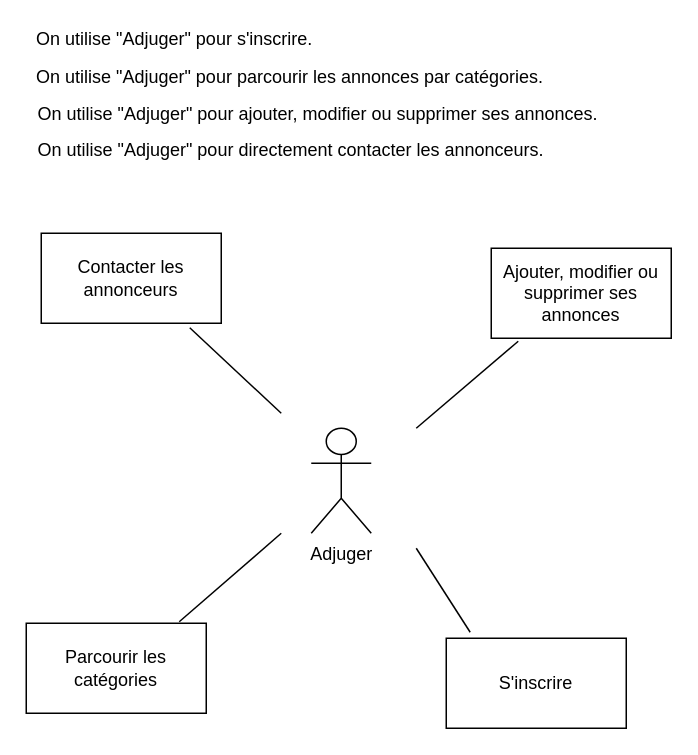
Before: a.drawio in Cyprien-png/Adjuger, a draw.io diagram. Source tidied: cells renumbered, new cells numbered last; positions are measured from the earlier drawing's top-left corner, leaving out a move shared by most shapes. Both pictures are drawn from the tidied source at 150%, with x=0, y=0 at pixel (26, 26).
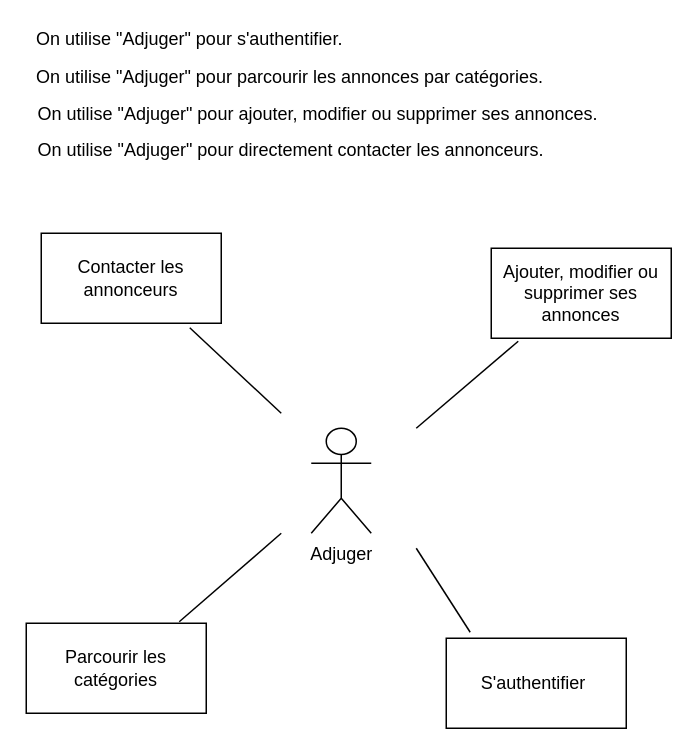
Above is the later version.

Commit message (it also covers changes not shown here):
Use-case correction

Change to the diagram source:
```diff
@@
 <mxGraphModel>
   <root>
     <mxCell id="0" />
     <mxCell id="1" parent="0" />
     <mxCell id="2" value="Adjuger" style="shape=umlActor;verticalLabelPosition=bottom;verticalAlign=top;html=1;" parent="1" vertex="1">
       <mxGeometry x="190" y="268" width="40" height="70" as="geometry" />
     </mxCell>
-    <mxCell id="3" value="S'inscrire" style="rounded=0;whiteSpace=wrap;html=1;" parent="1" vertex="1">
+    <mxCell id="3" value="S'authentifier&amp;nbsp;" style="rounded=0;whiteSpace=wrap;html=1;" parent="1" vertex="1">
       <mxGeometry x="280" y="408" width="120" height="60" as="geometry" />
     </mxCell>
     <mxCell id="4" value="Ajouter, modifier ou supprimer ses annonces" style="rounded=0;whiteSpace=wrap;html=1;" parent="1" vertex="1">
       <mxGeometry x="310" y="148" width="120" height="60" as="geometry" />
     </mxCell>
     <mxCell id="5" value="Parcourir les catégories" style="rounded=0;whiteSpace=wrap;html=1;" parent="1" vertex="1">
       <mxGeometry y="398" width="120" height="60" as="geometry" />
     </mxCell>
     <mxCell id="6" value="Contacter les annonceurs" style="rounded=0;whiteSpace=wrap;html=1;" parent="1" vertex="1">
       <mxGeometry x="10" y="138" width="120" height="60" as="geometry" />
     </mxCell>
     <mxCell id="7" style="endArrow=none;html=1;exitX=0.825;exitY=1.05;exitDx=0;exitDy=0;exitPerimeter=0;" parent="1" edge="1" source="6">
       <mxGeometry relative="1" as="geometry">
         <mxPoint x="170" y="258" as="targetPoint" />
       </mxGeometry>
     </mxCell>
     <mxCell id="8" style="endArrow=none;html=1;entryX=0.15;entryY=1.033;entryDx=0;entryDy=0;entryPerimeter=0;" parent="1" edge="1" target="4">
       <mxGeometry relative="1" as="geometry">
         <mxPoint x="260" y="268" as="sourcePoint" />
       </mxGeometry>
     </mxCell>
     <mxCell id="9" style="endArrow=none;html=1;entryX=0.133;entryY=-0.067;entryDx=0;entryDy=0;entryPerimeter=0;" parent="1" edge="1" target="3">
       <mxGeometry relative="1" as="geometry">
         <mxPoint x="260" y="348" as="sourcePoint" />
       </mxGeometry>
     </mxCell>
     <mxCell id="10" style="endArrow=none;html=1;exitX=0.85;exitY=-0.017;exitDx=0;exitDy=0;exitPerimeter=0;" parent="1" edge="1" source="5">
       <mxGeometry relative="1" as="geometry">
         <mxPoint x="170" y="338" as="targetPoint" />
       </mxGeometry>
     </mxCell>
     <mxCell id="11" value="On utilise &quot;Adjuger&quot; pour parcourir les annonces par catégories." style="text;html=1;align=left;verticalAlign=middle;" parent="1" vertex="1">
       <mxGeometry x="5" y="25" width="348" height="18" as="geometry" />
     </mxCell>
     <mxCell id="12" value="On utilise &quot;Adjuger&quot; pour directement contacter les annonceurs." style="text;html=1;align=left;verticalAlign=middle;" parent="1" vertex="1">
       <mxGeometry x="6" y="74" width="347" height="18" as="geometry" />
     </mxCell>
-    <mxCell id="13" value="On utilise &quot;Adjuger&quot; pour s'inscrire." style="text;html=1;align=left;verticalAlign=middle;" parent="1" vertex="1">
-      <mxGeometry x="5" width="194" height="18" as="geometry" />
+    <mxCell id="13" value="On utilise &quot;Adjuger&quot; pour s'authentifier." style="text;html=1;align=left;verticalAlign=middle;" parent="1" vertex="1">
+      <mxGeometry x="5" width="214" height="18" as="geometry" />
     </mxCell>
     <mxCell id="14" value="On utilise &quot;Adjuger&quot; pour ajouter, modifier ou supprimer ses annonces." style="text;html=1;align=left;verticalAlign=middle;" parent="1" vertex="1">
       <mxGeometry x="6" y="50" width="383" height="18" as="geometry" />
     </mxCell>
   </root>
 </mxGraphModel>
```
